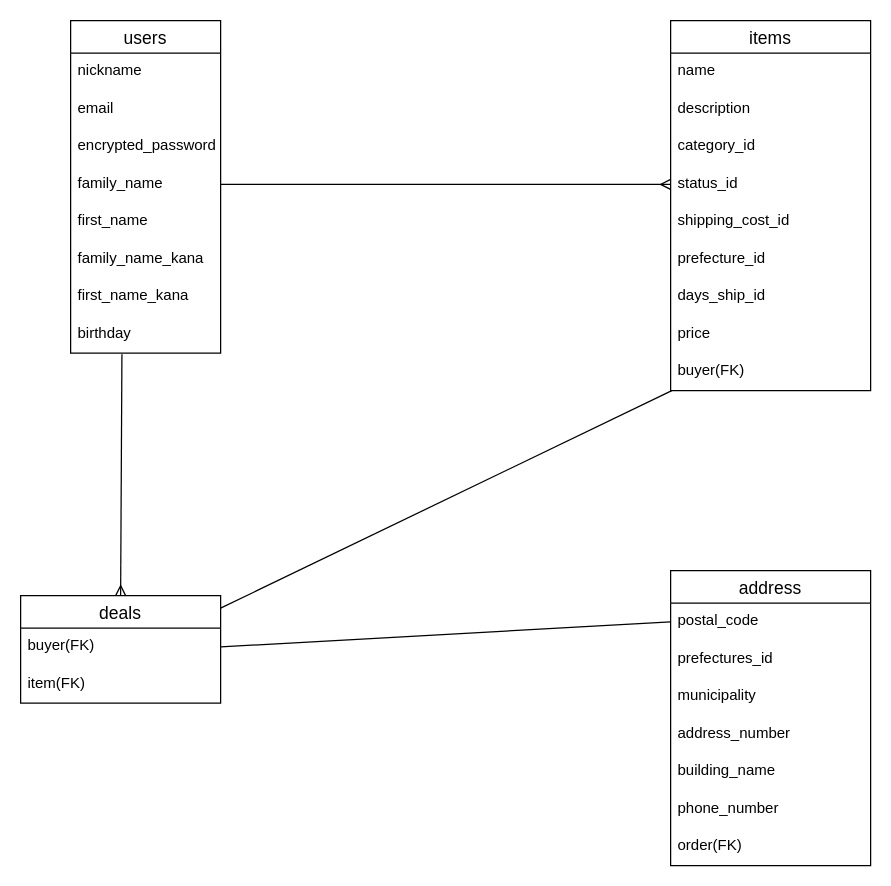
The draw.io diagram er_photo.dio in hyperorts/furima-33541, before the edit. Source tidied: cells renumbered, new cells numbered last; positions are measured from the earlier drawing's top-left corner, leaving out a move shared by most shapes. Both pictures are drawn from the tidied source at 125%, with x=0, y=0 at pixel (20, 20).
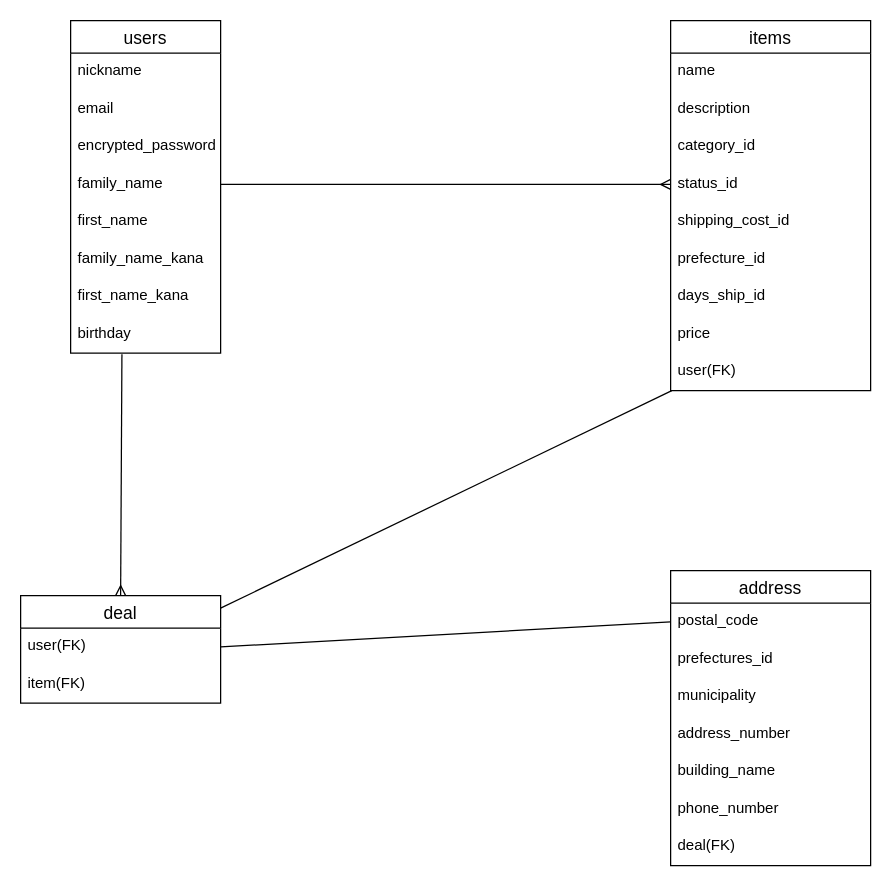
Above is the later version.

Commit message (it also covers changes not shown here):
２回目レビュー後修正

ユーザーへ変更（buyerでは工程数が増えるため）
orderからdealへ変更（記述ミス)

Unchanged cells that the change refers to:
```xml
<mxCell id="2" value="address" style="swimlane;fontStyle=0;horizontal=1;startSize=26;align=center;fontSize=14;" parent="1" vertex="1">
  <mxGeometry x="520" y="440" width="160" height="236" as="geometry" />
</mxCell>
<mxCell id="22" value="items" style="swimlane;fontStyle=0;horizontal=1;startSize=26;align=center;fontSize=14;" parent="1" vertex="1">
  <mxGeometry x="520" width="160" height="296" as="geometry" />
</mxCell>
```

What changed in the source:
```diff
@@
-    <mxCell id="9" value="order(FK)" style="text;strokeColor=none;fillColor=none;spacingLeft=4;spacingRight=4;overflow=hidden;fontSize=12;" parent="2" vertex="1">
+    <mxCell id="9" value="deal(FK)" style="text;strokeColor=none;fillColor=none;spacingLeft=4;spacingRight=4;overflow=hidden;fontSize=12;" parent="2" vertex="1">
       <mxGeometry y="206" width="160" height="30" as="geometry" />
     </mxCell>
@@
-    <mxCell id="19" value="deals" style="swimlane;fontStyle=0;horizontal=1;startSize=26;align=center;fontSize=14;" parent="1" vertex="1">
+    <mxCell id="19" value="deal" style="swimlane;fontStyle=0;horizontal=1;startSize=26;align=center;fontSize=14;" parent="1" vertex="1">
       <mxGeometry y="460" width="160" height="86" as="geometry" />
     </mxCell>
-    <mxCell id="20" value="buyer(FK)" style="text;strokeColor=none;fillColor=none;spacingLeft=4;spacingRight=4;overflow=hidden;points=[[0,0.5],[1,0.5]];portConstraint=eastwest;fontSize=12;" parent="19" vertex="1">
+    <mxCell id="20" value="user(FK)" style="text;strokeColor=none;fillColor=none;spacingLeft=4;spacingRight=4;overflow=hidden;points=[[0,0.5],[1,0.5]];portConstraint=eastwest;fontSize=12;" parent="19" vertex="1">
       <mxGeometry y="26" width="160" height="30" as="geometry" />
     </mxCell>
@@
-    <mxCell id="31" value="buyer(FK)" style="text;strokeColor=none;fillColor=none;spacingLeft=4;spacingRight=4;overflow=hidden;points=[[0,0.5],[1,0.5]];portConstraint=eastwest;fontSize=12;" parent="22" vertex="1">
+    <mxCell id="31" value="user(FK)" style="text;strokeColor=none;fillColor=none;spacingLeft=4;spacingRight=4;overflow=hidden;points=[[0,0.5],[1,0.5]];portConstraint=eastwest;fontSize=12;" parent="22" vertex="1">
       <mxGeometry y="266" width="160" height="30" as="geometry" />
     </mxCell>
```
